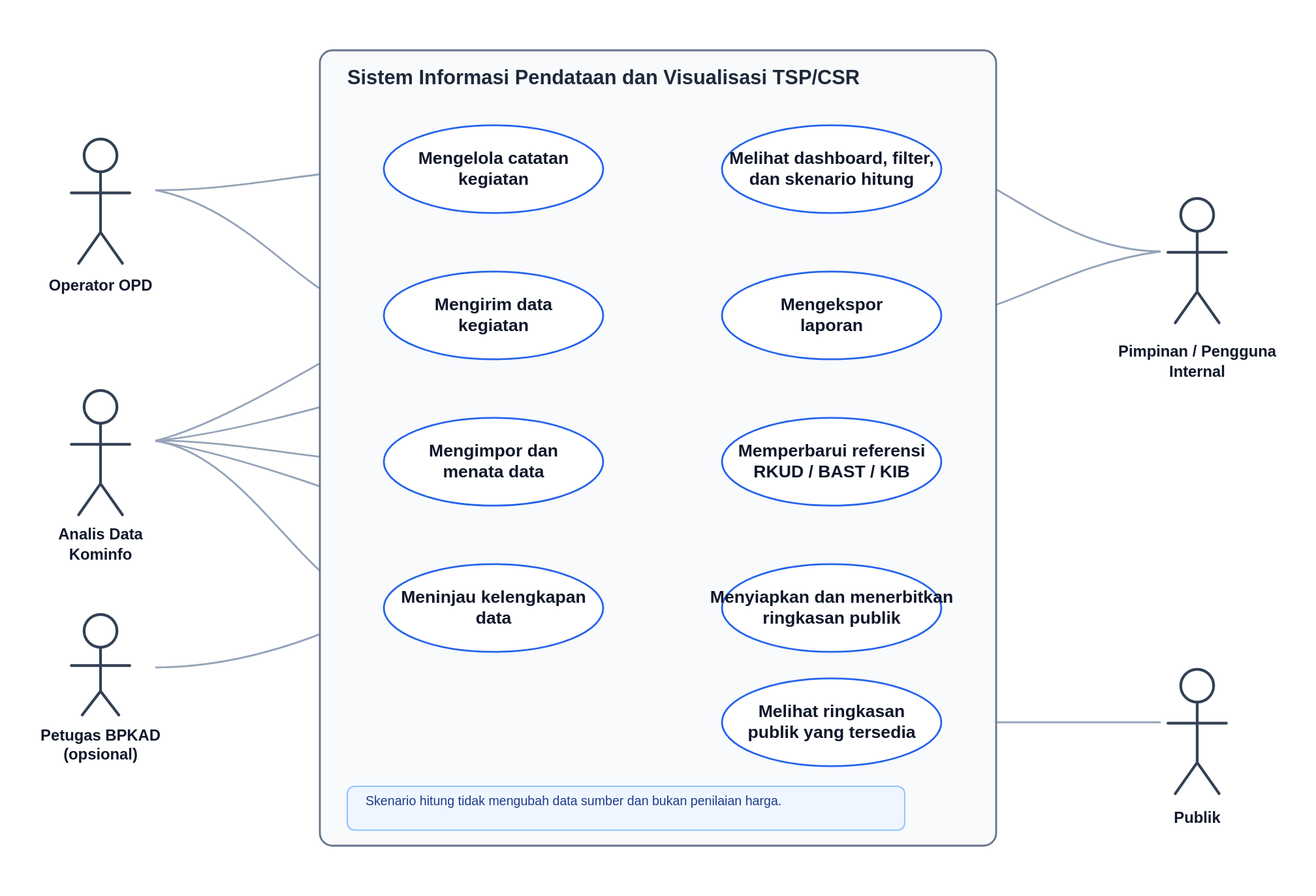
The PlantUML diagram dokumen/use_case_tsp_csr.svg in arifdwis/csr, before a commit. Its source is kept beside it as dokumen/use_case_tsp_csr.puml. Its diagram source:
```plantuml
@startuml
left to right direction
skinparam shadowing false
skinparam packageStyle rectangle
skinparam actorStyle awesome
skinparam usecase {
  BackgroundColor #F8FAFC
  BorderColor #2563EB
  ArrowColor #475569
}
skinparam rectangle {
  BorderColor #64748B
  BackgroundColor #FFFFFF
}

actor "Operator OPD" as OPD
actor "Analis Data\nKominfo" as KOMINFO
actor "Petugas BPKAD\n(opsional)" as BPKAD
actor "Pimpinan / Pengguna\nInternal" as PIMPINAN
actor "Publik" as PUBLIK

rectangle "Sistem Informasi Pendataan dan Visualisasi TSP/CSR" {
  usecase "Mengelola catatan\nkegiatan" as UC1
  usecase "Mengirim data\nkegiatan" as UC2
  usecase "Mengimpor dan\nmenata data" as UC3
  usecase "Meninjau kelengkapan\ndata" as UC4
  usecase "Melihat dashboard,\nfilter, dan skenario hitung" as UC5
  usecase "Mengekspor\nlaporan" as UC6
  usecase "Memperbarui referensi\nRKUD / BAST / KIB" as UC7
  usecase "Menyiapkan dan\nmenerbitkan ringkasan publik" as UC8
  usecase "Melihat ringkasan\npublik yang tersedia" as UC9
}

OPD -- UC1
OPD -- UC2
KOMINFO -- UC3
KOMINFO -- UC4
KOMINFO -- UC5
KOMINFO -- UC6
BPKAD -- UC7
PIMPINAN -- UC5
PIMPINAN -- UC6
KOMINFO -- UC8
PUBLIK -- UC9

note bottom of UC5
Skenario hitung tidak mengubah data sumber
dan bukan pemeriksaan atau penilaian harga.
end note

@enduml
```
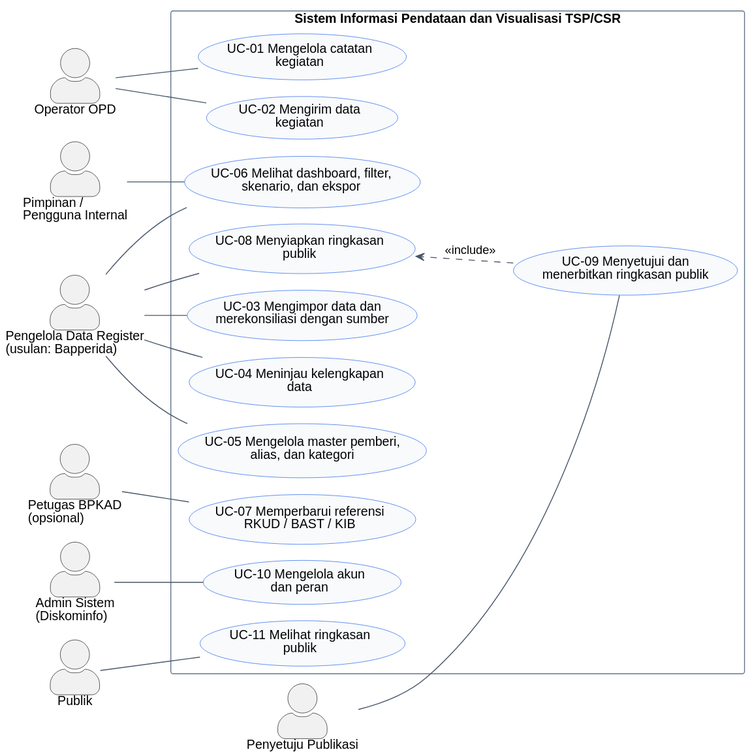
Later version of the same file.

Commit message:
docs: perbarui SRS ke v0.2, diagram use case, dan ERD

What changed in the source:
```diff
@@ -1,8 +1,10 @@
 @startuml
+!pragma layout smetana
 left to right direction
 skinparam shadowing false
 skinparam packageStyle rectangle
 skinparam actorStyle awesome
+skinparam defaultFontName Helvetica
 skinparam usecase {
   BackgroundColor #F8FAFC
   BorderColor #2563EB
@@ -14,38 +16,40 @@
 }
 
 actor "Operator OPD" as OPD
-actor "Analis Data\nKominfo" as KOMINFO
+actor "Pengelola Data Register\n(usulan: Bapperida)" as PENGELOLA
 actor "Petugas BPKAD\n(opsional)" as BPKAD
-actor "Pimpinan / Pengguna\nInternal" as PIMPINAN
+actor "Pimpinan /\nPengguna Internal" as PIMPINAN
+actor "Penyetuju Publikasi" as PENYETUJU
+actor "Admin Sistem\n(Diskominfo)" as ADMIN
 actor "Publik" as PUBLIK
 
 rectangle "Sistem Informasi Pendataan dan Visualisasi TSP/CSR" {
-  usecase "Mengelola catatan\nkegiatan" as UC1
-  usecase "Mengirim data\nkegiatan" as UC2
-  usecase "Mengimpor dan\nmenata data" as UC3
-  usecase "Meninjau kelengkapan\ndata" as UC4
-  usecase "Melihat dashboard,\nfilter, dan skenario hitung" as UC5
-  usecase "Mengekspor\nlaporan" as UC6
-  usecase "Memperbarui referensi\nRKUD / BAST / KIB" as UC7
-  usecase "Menyiapkan dan\nmenerbitkan ringkasan publik" as UC8
-  usecase "Melihat ringkasan\npublik yang tersedia" as UC9
+  usecase "UC-01 Mengelola catatan\nkegiatan" as UC1
+  usecase "UC-02 Mengirim data\nkegiatan" as UC2
+  usecase "UC-03 Mengimpor data dan\nmerekonsiliasi dengan sumber" as UC3
+  usecase "UC-04 Meninjau kelengkapan\ndata" as UC4
+  usecase "UC-05 Mengelola master pemberi,\nalias, dan kategori" as UC5
+  usecase "UC-06 Melihat dashboard, filter,\nskenario, dan ekspor" as UC6
+  usecase "UC-07 Memperbarui referensi\nRKUD / BAST / KIB" as UC7
+  usecase "UC-08 Menyiapkan ringkasan\npublik" as UC8
+  usecase "UC-09 Menyetujui dan\nmenerbitkan ringkasan publik" as UC9
+  usecase "UC-10 Mengelola akun\ndan peran" as UC10
+  usecase "UC-11 Melihat ringkasan\npublik" as UC11
 }
 
 OPD -- UC1
 OPD -- UC2
-KOMINFO -- UC3
-KOMINFO -- UC4
-KOMINFO -- UC5
-KOMINFO -- UC6
+PENGELOLA -- UC3
+PENGELOLA -- UC4
+PENGELOLA -- UC5
+PENGELOLA -- UC6
+PENGELOLA -- UC8
+UC8 -[hidden]- UC9
 BPKAD -- UC7
-PIMPINAN -- UC5
 PIMPINAN -- UC6
-KOMINFO -- UC8
-PUBLIK -- UC9
-
-note bottom of UC5
-Skenario hitung tidak mengubah data sumber
-dan bukan pemeriksaan atau penilaian harga.
-end note
+PENYETUJU -- UC9
+ADMIN -- UC10
+PUBLIK -- UC11
+UC9 ..> UC8 : <<include>>
 
 @enduml
```
